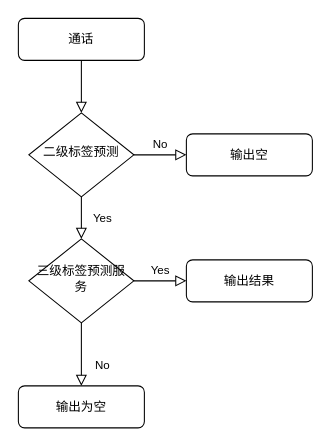
The draw.io diagram nlp/KYC.drawio in MMMLMF/notes, before the edit. Source tidied: cells renumbered, new cells numbered last; positions are measured from the earlier drawing's top-left corner, leaving out a move shared by most shapes. Both pictures are drawn from the tidied source at 105%, with x=0, y=0 at pixel (18, 18).
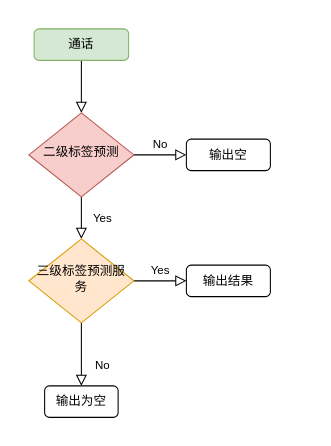
After the change.

The edit, as a diff of the source:
```diff
@@
 <mxGraphModel>
   <root>
     <mxCell id="0" />
     <mxCell id="1" parent="0" />
     <mxCell id="2" style="rounded=0;html=1;jettySize=auto;fontSize=11;endArrow=block;endFill=0;endSize=8;strokeWidth=1;shadow=0;labelBackgroundColor=none;edgeStyle=orthogonalEdgeStyle;" parent="1" edge="1" source="3" target="6">
       <mxGeometry relative="1" as="geometry" />
     </mxCell>
-    <mxCell id="3" value="通话" style="rounded=1;whiteSpace=wrap;html=1;fontSize=12;glass=0;strokeWidth=1;shadow=0;" parent="1" vertex="1">
-      <mxGeometry width="120" height="40" as="geometry" />
+    <mxCell id="3" value="通话" style="rounded=1;whiteSpace=wrap;html=1;fontSize=12;glass=0;strokeWidth=1;shadow=0;fillColor=#d5e8d4;strokeColor=#82b366;" parent="1" vertex="1">
+      <mxGeometry x="15" y="10" width="90" height="30" as="geometry" />
     </mxCell>
     <mxCell id="4" value="Yes" style="rounded=0;html=1;jettySize=auto;fontSize=11;endArrow=block;endFill=0;endSize=8;strokeWidth=1;shadow=0;labelBackgroundColor=none;edgeStyle=orthogonalEdgeStyle;" parent="1" edge="1" source="6" target="10">
       <mxGeometry y="20" relative="1" as="geometry" />
     </mxCell>
     <mxCell id="5" value="No" style="edgeStyle=orthogonalEdgeStyle;rounded=0;html=1;jettySize=auto;fontSize=11;endArrow=block;endFill=0;endSize=8;strokeWidth=1;shadow=0;labelBackgroundColor=none;" parent="1" edge="1" source="6" target="7">
       <mxGeometry y="10" relative="1" as="geometry" />
     </mxCell>
-    <mxCell id="6" value="二级标签预测" style="rhombus;whiteSpace=wrap;html=1;shadow=0;fontFamily=Helvetica;fontSize=12;align=center;strokeWidth=1;spacing=6;spacingTop=-4;" parent="1" vertex="1">
+    <mxCell id="6" value="二级标签预测" style="rhombus;whiteSpace=wrap;html=1;shadow=0;fontFamily=Helvetica;fontSize=12;align=center;strokeWidth=1;spacing=6;spacingTop=-4;fillColor=#f8cecc;strokeColor=#b85450;" parent="1" vertex="1">
       <mxGeometry x="10" y="90" width="100" height="80" as="geometry" />
     </mxCell>
     <mxCell id="7" value="输出空" style="rounded=1;whiteSpace=wrap;html=1;fontSize=12;glass=0;strokeWidth=1;shadow=0;" parent="1" vertex="1">
-      <mxGeometry x="160" y="110" width="120" height="40" as="geometry" />
+      <mxGeometry x="160" y="115" width="80" height="30" as="geometry" />
     </mxCell>
     <mxCell id="8" value="No" style="rounded=0;html=1;jettySize=auto;fontSize=11;endArrow=block;endFill=0;endSize=8;strokeWidth=1;shadow=0;labelBackgroundColor=none;edgeStyle=orthogonalEdgeStyle;" parent="1" edge="1" source="10" target="11">
       <mxGeometry x="0.33" y="20" relative="1" as="geometry" />
     </mxCell>
     <mxCell id="9" value="Yes" style="edgeStyle=orthogonalEdgeStyle;rounded=0;html=1;jettySize=auto;fontSize=11;endArrow=block;endFill=0;endSize=8;strokeWidth=1;shadow=0;labelBackgroundColor=none;" parent="1" edge="1" source="10" target="12">
       <mxGeometry y="10" relative="1" as="geometry" />
     </mxCell>
-    <mxCell id="10" value="三级标签预测服务" style="rhombus;whiteSpace=wrap;html=1;shadow=0;fontFamily=Helvetica;fontSize=12;align=center;strokeWidth=1;spacing=6;spacingTop=-4;" parent="1" vertex="1">
+    <mxCell id="10" value="三级标签预测服务" style="rhombus;whiteSpace=wrap;html=1;shadow=0;fontFamily=Helvetica;fontSize=12;align=center;strokeWidth=1;spacing=6;spacingTop=-4;fillColor=#ffe6cc;strokeColor=#d79b00;" parent="1" vertex="1">
       <mxGeometry x="10" y="210" width="100" height="80" as="geometry" />
     </mxCell>
     <mxCell id="11" value="输出为空" style="rounded=1;whiteSpace=wrap;html=1;fontSize=12;glass=0;strokeWidth=1;shadow=0;" parent="1" vertex="1">
-      <mxGeometry y="350" width="120" height="40" as="geometry" />
+      <mxGeometry x="25" y="350" width="70" height="30" as="geometry" />
     </mxCell>
     <mxCell id="12" value="输出结果" style="rounded=1;whiteSpace=wrap;html=1;fontSize=12;glass=0;strokeWidth=1;shadow=0;" parent="1" vertex="1">
-      <mxGeometry x="160" y="230" width="120" height="40" as="geometry" />
+      <mxGeometry x="160" y="235" width="80" height="30" as="geometry" />
     </mxCell>
   </root>
 </mxGraphModel>
```
